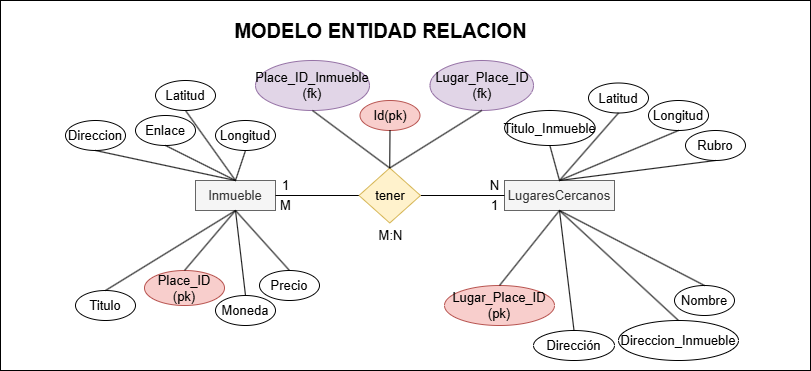
Above: ModeloRelacional/ModeloRelacional-ModeloEntidadRelacion.drawio.png in Vikktor93/webscraping-api-bd-project (draw.io), before the change. Source tidied: cells renumbered, new cells last; positions are measured from the earlier drawing's top-left corner, leaving out a move shared by most shapes.
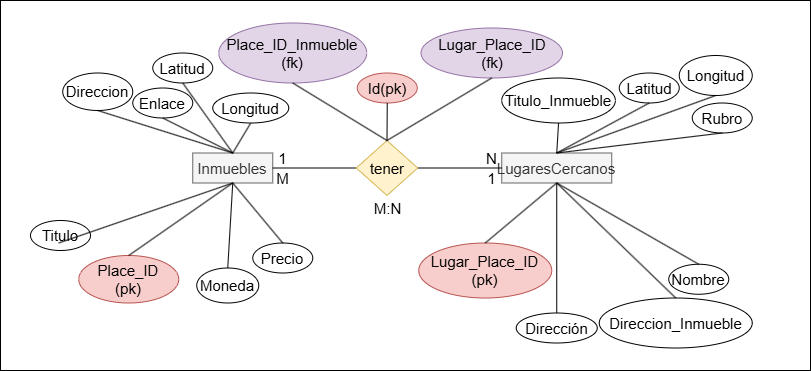
Above is the later version.

Diff of the diagram source:
```diff
@@ -5,158 +5,156 @@
     <mxCell id="2" style="rounded=0;whiteSpace=wrap;html=1;" parent="1" vertex="1">
       <mxGeometry width="810" height="370" as="geometry" />
     </mxCell>
-    <mxCell id="3" value="Inmueble" style="rounded=0;whiteSpace=wrap;html=1;fillColor=#f5f5f5;fontColor=#333333;strokeColor=#666666;fontSize=13;" parent="1" vertex="1">
-      <mxGeometry x="195" y="180" width="80" height="30" as="geometry" />
+    <mxCell id="3" value="Inmuebles" style="rounded=0;whiteSpace=wrap;html=1;fillColor=#f5f5f5;fontColor=#333333;strokeColor=#666666;fontSize=15;" parent="1" vertex="1">
+      <mxGeometry x="192.2" y="152.5" width="80" height="30" as="geometry" />
     </mxCell>
-    <mxCell id="4" value="LugaresCercanos" style="rounded=0;whiteSpace=wrap;html=1;fillColor=#f5f5f5;fontColor=#333333;strokeColor=#666666;fontSize=13;" parent="1" vertex="1">
-      <mxGeometry x="504" y="180" width="110" height="30" as="geometry" />
+    <mxCell id="4" value="LugaresCercanos" style="rounded=0;whiteSpace=wrap;html=1;fillColor=#f5f5f5;fontColor=#333333;strokeColor=#666666;fontSize=15;" parent="1" vertex="1">
+      <mxGeometry x="501.2" y="152.5" width="110" height="30" as="geometry" />
     </mxCell>
-    <mxCell id="5" style="endArrow=none;html=1;rounded=0;fontSize=13;entryX=1;entryY=0.5;entryDx=0;entryDy=0;exitX=0;exitY=0.5;exitDx=0;exitDy=0;" parent="1" edge="1" source="7" target="3">
+    <mxCell id="5" style="endArrow=none;html=1;rounded=0;fontSize=15;entryX=1;entryY=0.5;entryDx=0;entryDy=0;exitX=0;exitY=0.5;exitDx=0;exitDy=0;" parent="1" edge="1" source="7" target="3">
       <mxGeometry relative="1" as="geometry" />
     </mxCell>
-    <mxCell id="6" style="endArrow=none;html=1;rounded=0;fontSize=13;entryX=1;entryY=0.5;entryDx=0;entryDy=0;exitX=0;exitY=0.5;exitDx=0;exitDy=0;" parent="1" edge="1" source="4" target="7">
+    <mxCell id="6" style="endArrow=none;html=1;rounded=0;fontSize=15;entryX=1;entryY=0.5;entryDx=0;entryDy=0;exitX=0;exitY=0.5;exitDx=0;exitDy=0;" parent="1" edge="1" source="4" target="7">
       <mxGeometry relative="1" as="geometry" />
     </mxCell>
-    <mxCell id="7" value="&lt;font&gt;tener&lt;/font&gt;" style="rhombus;whiteSpace=wrap;html=1;fontSize=13;fillColor=#fff2cc;strokeColor=#d6b656;" parent="1" vertex="1">
-      <mxGeometry x="358.5" y="167.5" width="61.5" height="55" as="geometry" />
+    <mxCell id="7" value="&lt;font&gt;tener&lt;/font&gt;" style="rhombus;whiteSpace=wrap;html=1;fontSize=15;fillColor=#fff2cc;strokeColor=#d6b656;" parent="1" vertex="1">
+      <mxGeometry x="355.8" y="140" width="61.5" height="55" as="geometry" />
     </mxCell>
-    <mxCell id="8" value="&lt;font&gt;M:N&lt;/font&gt;" style="text;html=1;align=center;verticalAlign=middle;strokeColor=none;fillColor=none;fontSize=13;" parent="1" vertex="1">
-      <mxGeometry x="364.5" y="220" width="50" height="30" as="geometry" />
+    <mxCell id="8" value="&lt;font&gt;M:N&lt;/font&gt;" style="text;html=1;align=center;verticalAlign=middle;strokeColor=none;fillColor=none;fontSize=15;" parent="1" vertex="1">
+      <mxGeometry x="361.8" y="192.5" width="50" height="30" as="geometry" />
     </mxCell>
-    <mxCell id="9" value="&lt;font&gt;M&lt;/font&gt;" style="text;html=1;align=center;verticalAlign=middle;strokeColor=none;fillColor=none;fontSize=13;" parent="1" vertex="1">
-      <mxGeometry x="270" y="190" width="30" height="30" as="geometry" />
+    <mxCell id="9" value="&lt;font&gt;M&lt;/font&gt;" style="text;html=1;align=center;verticalAlign=middle;strokeColor=none;fillColor=none;fontSize=15;" parent="1" vertex="1">
+      <mxGeometry x="262.2" y="162.5" width="40" height="30" as="geometry" />
     </mxCell>
-    <mxCell id="10" value="&lt;font&gt;1&lt;/font&gt;" style="text;html=1;align=center;verticalAlign=middle;strokeColor=none;fillColor=none;fontSize=13;" parent="1" vertex="1">
-      <mxGeometry x="270" y="170" width="30" height="30" as="geometry" />
+    <mxCell id="10" value="&lt;font&gt;1&lt;/font&gt;" style="text;html=1;align=center;verticalAlign=middle;strokeColor=none;fillColor=none;fontSize=15;" parent="1" vertex="1">
+      <mxGeometry x="267.2" y="142.5" width="30" height="30" as="geometry" />
     </mxCell>
-    <mxCell id="11" value="&lt;font&gt;N&lt;/font&gt;" style="text;html=1;align=center;verticalAlign=middle;strokeColor=none;fillColor=none;fontSize=13;" parent="1" vertex="1">
-      <mxGeometry x="479" y="170" width="30" height="30" as="geometry" />
+    <mxCell id="11" value="&lt;font&gt;N&lt;/font&gt;" style="text;html=1;align=center;verticalAlign=middle;strokeColor=none;fillColor=none;fontSize=15;" parent="1" vertex="1">
+      <mxGeometry x="476.2" y="142.5" width="30" height="30" as="geometry" />
     </mxCell>
-    <mxCell id="12" value="&lt;font&gt;1&lt;/font&gt;" style="text;html=1;align=center;verticalAlign=middle;strokeColor=none;fillColor=none;fontSize=13;" parent="1" vertex="1">
-      <mxGeometry x="479" y="190" width="30" height="30" as="geometry" />
+    <mxCell id="12" value="&lt;font&gt;1&lt;/font&gt;" style="text;html=1;align=center;verticalAlign=middle;strokeColor=none;fillColor=none;fontSize=15;" parent="1" vertex="1">
+      <mxGeometry x="476.2" y="162.5" width="30" height="30" as="geometry" />
     </mxCell>
-    <mxCell id="13" value="Lugar_Place_ID&lt;div&gt;(pk)&lt;/div&gt;" style="ellipse;whiteSpace=wrap;html=1;fontSize=13;fillColor=#f8cecc;strokeColor=#b85450;" parent="1" vertex="1">
-      <mxGeometry x="444" y="285" width="110" height="40" as="geometry" />
+    <mxCell id="13" value="Lugar_Place_ID&lt;div&gt;(pk)&lt;/div&gt;" style="ellipse;whiteSpace=wrap;html=1;fontSize=15;fillColor=#f8cecc;strokeColor=#b85450;" parent="1" vertex="1">
+      <mxGeometry x="418.2" y="242.5" width="133" height="55" as="geometry" />
     </mxCell>
-    <mxCell id="14" style="endArrow=none;html=1;rounded=0;fontSize=13;entryX=0.5;entryY=1;entryDx=0;entryDy=0;exitX=0.5;exitY=0;exitDx=0;exitDy=0;" parent="1" edge="1" source="13" target="4">
+    <mxCell id="14" style="endArrow=none;html=1;rounded=0;fontSize=15;entryX=0.5;entryY=1;entryDx=0;entryDy=0;exitX=0.5;exitY=0;exitDx=0;exitDy=0;" parent="1" edge="1" source="13" target="4">
       <mxGeometry relative="1" as="geometry" />
     </mxCell>
-    <mxCell id="15" value="Titulo_Inmueble" style="ellipse;whiteSpace=wrap;html=1;fontSize=13;" parent="1" vertex="1">
-      <mxGeometry x="504.1" y="110" width="90.5" height="35" as="geometry" />
+    <mxCell id="15" value="Titulo_Inmueble" style="ellipse;whiteSpace=wrap;html=1;fontSize=15;" parent="1" vertex="1">
+      <mxGeometry x="501.2" y="77.5" width="113.6" height="45" as="geometry" />
     </mxCell>
-    <mxCell id="16" style="endArrow=none;html=1;rounded=0;fontSize=13;entryX=0.5;entryY=0;entryDx=0;entryDy=0;exitX=0.5;exitY=1;exitDx=0;exitDy=0;" parent="1" edge="1" source="15" target="4">
+    <mxCell id="16" style="endArrow=none;html=1;rounded=0;fontSize=15;entryX=0.5;entryY=0;entryDx=0;entryDy=0;exitX=0.5;exitY=1;exitDx=0;exitDy=0;" parent="1" edge="1" source="15" target="4">
       <mxGeometry relative="1" as="geometry" />
     </mxCell>
-    <mxCell id="17" value="Direccion_Inmueble" style="ellipse;whiteSpace=wrap;html=1;fontSize=13;" parent="1" vertex="1">
-      <mxGeometry x="618" y="320" width="120" height="40" as="geometry" />
+    <mxCell id="17" value="Direccion_Inmueble" style="ellipse;whiteSpace=wrap;html=1;fontSize=15;" parent="1" vertex="1">
+      <mxGeometry x="598.8" y="297.5" width="153" height="50" as="geometry" />
     </mxCell>
-    <mxCell id="18" style="endArrow=none;html=1;rounded=0;fontSize=13;entryX=0.5;entryY=1;entryDx=0;entryDy=0;exitX=0.5;exitY=0;exitDx=0;exitDy=0;" parent="1" edge="1" source="17" target="4">
+    <mxCell id="18" style="endArrow=none;html=1;rounded=0;fontSize=15;entryX=0.5;entryY=1;entryDx=0;entryDy=0;exitX=0.5;exitY=0;exitDx=0;exitDy=0;" parent="1" edge="1" source="17" target="4">
       <mxGeometry relative="1" as="geometry" />
     </mxCell>
-    <mxCell id="19" value="Titulo" style="ellipse;whiteSpace=wrap;html=1;fontSize=13;" parent="1" vertex="1">
-      <mxGeometry x="75" y="290" width="60" height="30" as="geometry" />
+    <mxCell id="19" value="Titulo" style="ellipse;whiteSpace=wrap;html=1;fontSize=15;" parent="1" vertex="1">
+      <mxGeometry x="30" y="220" width="60" height="30" as="geometry" />
     </mxCell>
-    <mxCell id="20" style="endArrow=none;html=1;rounded=0;fontSize=13;entryX=0.5;entryY=1;entryDx=0;entryDy=0;exitX=0.5;exitY=0;exitDx=0;exitDy=0;" parent="1" edge="1" source="19">
+    <mxCell id="20" style="endArrow=none;html=1;rounded=0;fontSize=15;entryX=0.5;entryY=1;entryDx=0;entryDy=0;exitX=0.5;exitY=0;exitDx=0;exitDy=0;" parent="1" edge="1">
       <mxGeometry relative="1" as="geometry">
-        <mxPoint x="235" y="210" as="targetPoint" />
+        <mxPoint x="58.2" y="242.5" as="sourcePoint" />
+        <mxPoint x="232.2" y="182.5" as="targetPoint" />
       </mxGeometry>
     </mxCell>
-    <mxCell id="21" value="Place_ID&lt;div&gt;(pk)&lt;/div&gt;" style="ellipse;whiteSpace=wrap;html=1;fontSize=13;fillColor=#f8cecc;strokeColor=#b85450;" parent="1" vertex="1">
-      <mxGeometry x="144" y="270" width="80" height="35" as="geometry" />
+    <mxCell id="21" value="Place_ID&lt;div&gt;(pk)&lt;/div&gt;" style="ellipse;whiteSpace=wrap;html=1;fontSize=15;fillColor=#f8cecc;strokeColor=#b85450;" parent="1" vertex="1">
+      <mxGeometry x="78.2" y="255" width="100" height="47.5" as="geometry" />
     </mxCell>
-    <mxCell id="22" style="endArrow=none;html=1;rounded=0;fontSize=13;exitX=0.5;exitY=0;exitDx=0;exitDy=0;" parent="1" edge="1" source="21">
+    <mxCell id="22" style="endArrow=none;html=1;rounded=0;fontSize=15;exitX=0.5;exitY=0;exitDx=0;exitDy=0;" parent="1" edge="1" source="21">
       <mxGeometry relative="1" as="geometry">
-        <mxPoint x="235" y="210" as="targetPoint" />
+        <mxPoint x="232.2" y="182.5" as="targetPoint" />
       </mxGeometry>
     </mxCell>
-    <mxCell id="23" value="Moneda" style="ellipse;whiteSpace=wrap;html=1;fontSize=13;" parent="1" vertex="1">
-      <mxGeometry x="215" y="295" width="60" height="30" as="geometry" />
+    <mxCell id="23" value="Moneda" style="ellipse;whiteSpace=wrap;html=1;fontSize=15;" parent="1" vertex="1">
+      <mxGeometry x="196.2" y="267.5" width="62" height="35" as="geometry" />
     </mxCell>
-    <mxCell id="24" style="endArrow=none;html=1;rounded=0;fontSize=13;entryX=0.5;entryY=1;entryDx=0;entryDy=0;exitX=0.5;exitY=0;exitDx=0;exitDy=0;" parent="1" edge="1" source="3" target="41">
+    <mxCell id="24" style="endArrow=none;html=1;rounded=0;fontSize=15;entryX=0.5;entryY=1;entryDx=0;entryDy=0;exitX=0.5;exitY=0;exitDx=0;exitDy=0;" parent="1" edge="1" source="3" target="41">
       <mxGeometry relative="1" as="geometry" />
     </mxCell>
-    <mxCell id="25" value="&lt;b&gt;&lt;font style=&quot;font-size: 20px;&quot;&gt;MODELO ENTIDAD RELACION&lt;/font&gt;&lt;/b&gt;" style="text;html=1;align=center;verticalAlign=middle;strokeColor=none;fillColor=none;fontSize=13;" parent="1" vertex="1">
-      <mxGeometry x="219.5" y="10" width="320" height="40" as="geometry" />
-    </mxCell>
-    <mxCell id="26" value="&lt;div&gt;Latitud&lt;/div&gt;" style="ellipse;whiteSpace=wrap;html=1;fontSize=13;" parent="1" vertex="1">
-      <mxGeometry x="588" y="82.5" width="60" height="30" as="geometry" />
+    <mxCell id="26" value="&lt;div&gt;Latitud&lt;/div&gt;" style="ellipse;whiteSpace=wrap;html=1;fontSize=15;" parent="1" vertex="1">
+      <mxGeometry x="618.8" y="72.5" width="60" height="30" as="geometry" />
     </mxCell>
-    <mxCell id="27" value="&lt;div&gt;Longitud&lt;/div&gt;" style="ellipse;whiteSpace=wrap;html=1;fontSize=13;" parent="1" vertex="1">
-      <mxGeometry x="648" y="100" width="60" height="30" as="geometry" />
+    <mxCell id="27" value="&lt;div&gt;Longitud&lt;/div&gt;" style="ellipse;whiteSpace=wrap;html=1;fontSize=15;" parent="1" vertex="1">
+      <mxGeometry x="678.8" y="55" width="73" height="40" as="geometry" />
     </mxCell>
-    <mxCell id="28" value="&lt;div&gt;Rubro&lt;/div&gt;" style="ellipse;whiteSpace=wrap;html=1;fontSize=13;" parent="1" vertex="1">
-      <mxGeometry x="685" y="130" width="60" height="30" as="geometry" />
+    <mxCell id="28" value="&lt;div&gt;Rubro&lt;/div&gt;" style="ellipse;whiteSpace=wrap;html=1;fontSize=15;" parent="1" vertex="1">
+      <mxGeometry x="691.8" y="102.5" width="60" height="30" as="geometry" />
     </mxCell>
-    <mxCell id="29" value="&lt;div&gt;Nombre&lt;/div&gt;" style="ellipse;whiteSpace=wrap;html=1;fontSize=13;" parent="1" vertex="1">
-      <mxGeometry x="674" y="285" width="60" height="30" as="geometry" />
+    <mxCell id="29" value="&lt;div&gt;Nombre&lt;/div&gt;" style="ellipse;whiteSpace=wrap;html=1;fontSize=15;" parent="1" vertex="1">
+      <mxGeometry x="668.2" y="263.8" width="60" height="30" as="geometry" />
     </mxCell>
-    <mxCell id="30" value="&lt;div&gt;Dirección&lt;/div&gt;" style="ellipse;whiteSpace=wrap;html=1;fontSize=13;" parent="1" vertex="1">
-      <mxGeometry x="533" y="330" width="81" height="30" as="geometry" />
+    <mxCell id="30" value="&lt;div&gt;Dirección&lt;/div&gt;" style="ellipse;whiteSpace=wrap;html=1;fontSize=15;" parent="1" vertex="1">
+      <mxGeometry x="515.8" y="312.5" width="81" height="30" as="geometry" />
     </mxCell>
-    <mxCell id="31" style="endArrow=none;html=1;rounded=0;fontSize=13;entryX=0.5;entryY=0;entryDx=0;entryDy=0;exitX=0.5;exitY=1;exitDx=0;exitDy=0;" parent="1" edge="1" source="26" target="4">
+    <mxCell id="31" style="endArrow=none;html=1;rounded=0;fontSize=15;entryX=0.5;entryY=0;entryDx=0;entryDy=0;exitX=0.5;exitY=1;exitDx=0;exitDy=0;" parent="1" edge="1" source="26" target="4">
       <mxGeometry relative="1" as="geometry" />
     </mxCell>
-    <mxCell id="32" style="endArrow=none;html=1;rounded=0;fontSize=13;entryX=0.5;entryY=0;entryDx=0;entryDy=0;exitX=0.5;exitY=1;exitDx=0;exitDy=0;" parent="1" edge="1" source="27" target="4">
+    <mxCell id="32" style="endArrow=none;html=1;rounded=0;fontSize=15;entryX=0.5;entryY=0;entryDx=0;entryDy=0;exitX=0.5;exitY=1;exitDx=0;exitDy=0;" parent="1" edge="1" source="27" target="4">
       <mxGeometry relative="1" as="geometry" />
     </mxCell>
-    <mxCell id="33" style="endArrow=none;html=1;rounded=0;fontSize=13;entryX=0.5;entryY=0;entryDx=0;entryDy=0;exitX=0.5;exitY=1;exitDx=0;exitDy=0;" parent="1" edge="1" source="28" target="4">
+    <mxCell id="33" style="endArrow=none;html=1;rounded=0;fontSize=15;entryX=0.5;entryY=0;entryDx=0;entryDy=0;exitX=0.5;exitY=1;exitDx=0;exitDy=0;" parent="1" edge="1" source="28" target="4">
       <mxGeometry relative="1" as="geometry" />
     </mxCell>
-    <mxCell id="34" style="endArrow=none;html=1;rounded=0;fontSize=13;entryX=0.5;entryY=1;entryDx=0;entryDy=0;exitX=0.5;exitY=0;exitDx=0;exitDy=0;" parent="1" edge="1" source="29" target="4">
+    <mxCell id="34" style="endArrow=none;html=1;rounded=0;fontSize=15;entryX=0.5;entryY=1;entryDx=0;entryDy=0;exitX=0.5;exitY=0;exitDx=0;exitDy=0;" parent="1" edge="1" source="29" target="4">
       <mxGeometry relative="1" as="geometry" />
     </mxCell>
-    <mxCell id="35" style="endArrow=none;html=1;rounded=0;fontSize=13;entryX=0.5;entryY=1;entryDx=0;entryDy=0;exitX=0.5;exitY=0;exitDx=0;exitDy=0;" parent="1" edge="1" source="30" target="4">
+    <mxCell id="35" style="endArrow=none;html=1;rounded=0;fontSize=15;entryX=0.5;entryY=1;entryDx=0;entryDy=0;exitX=0.5;exitY=0;exitDx=0;exitDy=0;" parent="1" edge="1" source="30" target="4">
       <mxGeometry relative="1" as="geometry" />
     </mxCell>
-    <mxCell id="36" style="endArrow=none;html=1;rounded=0;fontSize=13;exitX=0.5;exitY=0;exitDx=0;exitDy=0;entryX=0.5;entryY=1;entryDx=0;entryDy=0;" parent="1" edge="1" source="23" target="3">
+    <mxCell id="36" style="endArrow=none;html=1;rounded=0;fontSize=15;exitX=0.5;exitY=0;exitDx=0;exitDy=0;entryX=0.5;entryY=1;entryDx=0;entryDy=0;" parent="1" edge="1" source="23" target="3">
       <mxGeometry relative="1" as="geometry" />
     </mxCell>
-    <mxCell id="37" value="Precio" style="ellipse;whiteSpace=wrap;html=1;fontSize=13;" parent="1" vertex="1">
-      <mxGeometry x="259" y="270" width="60" height="30" as="geometry" />
+    <mxCell id="37" value="Precio" style="ellipse;whiteSpace=wrap;html=1;fontSize=15;" parent="1" vertex="1">
+      <mxGeometry x="252.2" y="242.5" width="60" height="30" as="geometry" />
     </mxCell>
-    <mxCell id="38" value="Direccion" style="ellipse;whiteSpace=wrap;html=1;fontSize=13;" parent="1" vertex="1">
-      <mxGeometry x="65" y="120" width="60" height="30" as="geometry" />
+    <mxCell id="38" value="Direccion" style="ellipse;whiteSpace=wrap;html=1;fontSize=15;" parent="1" vertex="1">
+      <mxGeometry x="62.2" y="72.5" width="70" height="37.5" as="geometry" />
     </mxCell>
-    <mxCell id="39" value="Enlace" style="ellipse;whiteSpace=wrap;html=1;fontSize=13;" parent="1" vertex="1">
-      <mxGeometry x="135" y="115" width="60" height="30" as="geometry" />
+    <mxCell id="39" value="Enlace" style="ellipse;whiteSpace=wrap;html=1;fontSize=15;" parent="1" vertex="1">
+      <mxGeometry x="132.2" y="87.5" width="60" height="30" as="geometry" />
     </mxCell>
-    <mxCell id="40" value="&lt;div&gt;Latitud&lt;/div&gt;" style="ellipse;whiteSpace=wrap;html=1;fontSize=13;" parent="1" vertex="1">
-      <mxGeometry x="155" y="80" width="60" height="30" as="geometry" />
+    <mxCell id="40" value="&lt;div&gt;Latitud&lt;/div&gt;" style="ellipse;whiteSpace=wrap;html=1;fontSize=15;" parent="1" vertex="1">
+      <mxGeometry x="152.2" y="52.5" width="60" height="30" as="geometry" />
     </mxCell>
-    <mxCell id="41" value="&lt;div&gt;Longitud&lt;/div&gt;" style="ellipse;whiteSpace=wrap;html=1;fontSize=13;" parent="1" vertex="1">
-      <mxGeometry x="215" y="120" width="60" height="30" as="geometry" />
+    <mxCell id="41" value="&lt;div&gt;Longitud&lt;/div&gt;" style="ellipse;whiteSpace=wrap;html=1;fontSize=15;" parent="1" vertex="1">
+      <mxGeometry x="212.2" y="92.5" width="76" height="30" as="geometry" />
     </mxCell>
-    <mxCell id="42" style="endArrow=none;html=1;rounded=0;fontSize=13;entryX=0.5;entryY=0;entryDx=0;entryDy=0;exitX=0.5;exitY=1;exitDx=0;exitDy=0;" parent="1" edge="1" source="3" target="37">
+    <mxCell id="42" style="endArrow=none;html=1;rounded=0;fontSize=15;entryX=0.5;entryY=0;entryDx=0;entryDy=0;exitX=0.5;exitY=1;exitDx=0;exitDy=0;" parent="1" edge="1" source="3" target="37">
       <mxGeometry relative="1" as="geometry" />
     </mxCell>
-    <mxCell id="43" style="endArrow=none;html=1;rounded=0;fontSize=13;entryX=0.5;entryY=1;entryDx=0;entryDy=0;exitX=0.5;exitY=0;exitDx=0;exitDy=0;" parent="1" edge="1" source="3" target="40">
+    <mxCell id="43" style="endArrow=none;html=1;rounded=0;fontSize=15;entryX=0.5;entryY=1;entryDx=0;entryDy=0;exitX=0.5;exitY=0;exitDx=0;exitDy=0;" parent="1" edge="1" source="3" target="40">
       <mxGeometry relative="1" as="geometry" />
     </mxCell>
-    <mxCell id="44" style="endArrow=none;html=1;rounded=0;fontSize=13;entryX=0.5;entryY=1;entryDx=0;entryDy=0;exitX=0.5;exitY=0;exitDx=0;exitDy=0;" parent="1" edge="1" source="3" target="39">
+    <mxCell id="44" style="endArrow=none;html=1;rounded=0;fontSize=15;entryX=0.5;entryY=1;entryDx=0;entryDy=0;exitX=0.5;exitY=0;exitDx=0;exitDy=0;" parent="1" edge="1" source="3" target="39">
       <mxGeometry relative="1" as="geometry" />
     </mxCell>
-    <mxCell id="45" style="endArrow=none;html=1;rounded=0;fontSize=13;entryX=0.5;entryY=1;entryDx=0;entryDy=0;exitX=0.5;exitY=0;exitDx=0;exitDy=0;" parent="1" edge="1" source="3" target="38">
+    <mxCell id="45" style="endArrow=none;html=1;rounded=0;fontSize=15;entryX=0.5;entryY=1;entryDx=0;entryDy=0;exitX=0.5;exitY=0;exitDx=0;exitDy=0;" parent="1" edge="1" source="3" target="38">
       <mxGeometry relative="1" as="geometry" />
     </mxCell>
-    <mxCell id="46" style="edgeStyle=orthogonalEdgeStyle;rounded=0;orthogonalLoop=1;jettySize=auto;html=1;exitX=0.5;exitY=1;exitDx=0;exitDy=0;fontSize=13;" parent="1" edge="1" source="29" target="29">
+    <mxCell id="46" style="edgeStyle=orthogonalEdgeStyle;rounded=0;orthogonalLoop=1;jettySize=auto;html=1;exitX=0.5;exitY=1;exitDx=0;exitDy=0;fontSize=15;" parent="1" edge="1" source="29" target="29">
       <mxGeometry relative="1" as="geometry" />
     </mxCell>
-    <mxCell id="47" value="Lugar_Place_ID&lt;div&gt;(fk)&lt;/div&gt;" style="ellipse;whiteSpace=wrap;html=1;fontSize=13;fillColor=#e1d5e7;strokeColor=#9673a6;" parent="1" vertex="1">
-      <mxGeometry x="429.5" y="60" width="103.5" height="50" as="geometry" />
+    <mxCell id="47" value="Lugar_Place_ID&lt;div&gt;(fk)&lt;/div&gt;" style="ellipse;whiteSpace=wrap;html=1;fontSize=15;fillColor=#e1d5e7;strokeColor=#9673a6;" parent="1" vertex="1">
+      <mxGeometry x="420.5" y="27.5" width="141.5" height="50" as="geometry" />
     </mxCell>
-    <mxCell id="48" style="endArrow=none;html=1;rounded=0;fontSize=13;exitX=0.5;exitY=0;exitDx=0;exitDy=0;entryX=0.5;entryY=1;entryDx=0;entryDy=0;" parent="1" edge="1" source="7" target="47">
+    <mxCell id="48" style="endArrow=none;html=1;rounded=0;fontSize=15;exitX=0.5;exitY=0;exitDx=0;exitDy=0;entryX=0.5;entryY=1;entryDx=0;entryDy=0;" parent="1" edge="1" source="7" target="47">
       <mxGeometry relative="1" as="geometry" />
     </mxCell>
-    <mxCell id="49" value="Place_ID_Inmueble&lt;div&gt;(fk)&lt;/div&gt;" style="ellipse;whiteSpace=wrap;html=1;fontSize=13;fillColor=#e1d5e7;strokeColor=#9673a6;" parent="1" vertex="1">
-      <mxGeometry x="255" y="60" width="114" height="50" as="geometry" />
+    <mxCell id="49" value="Place_ID_Inmueble&lt;div&gt;(fk)&lt;/div&gt;" style="ellipse;whiteSpace=wrap;html=1;fontSize=15;fillColor=#e1d5e7;strokeColor=#9673a6;" parent="1" vertex="1">
+      <mxGeometry x="218.2" y="22.5" width="148" height="60" as="geometry" />
     </mxCell>
-    <mxCell id="50" style="endArrow=none;html=1;rounded=0;fontSize=13;entryX=0.5;entryY=1;entryDx=0;entryDy=0;exitX=0.5;exitY=0;exitDx=0;exitDy=0;" parent="1" edge="1" source="7" target="49">
+    <mxCell id="50" style="endArrow=none;html=1;rounded=0;fontSize=15;entryX=0.5;entryY=1;entryDx=0;entryDy=0;exitX=0.5;exitY=0;exitDx=0;exitDy=0;" parent="1" edge="1" source="7" target="49">
       <mxGeometry relative="1" as="geometry" />
     </mxCell>
-    <mxCell id="51" value="Id(pk)" style="ellipse;whiteSpace=wrap;html=1;fontSize=13;fillColor=#f8cecc;strokeColor=#b85450;" parent="1" vertex="1">
-      <mxGeometry x="359.5" y="100" width="60" height="30" as="geometry" />
+    <mxCell id="51" value="Id(pk)" style="ellipse;whiteSpace=wrap;html=1;fontSize=15;fillColor=#f8cecc;strokeColor=#b85450;" parent="1" vertex="1">
+      <mxGeometry x="356.8" y="72.5" width="60" height="30" as="geometry" />
     </mxCell>
-    <mxCell id="52" style="endArrow=none;html=1;rounded=0;fontSize=13;exitX=0.5;exitY=0;exitDx=0;exitDy=0;entryX=0.5;entryY=1;entryDx=0;entryDy=0;" parent="1" edge="1" source="7" target="51">
+    <mxCell id="52" style="endArrow=none;html=1;rounded=0;fontSize=15;exitX=0.5;exitY=0;exitDx=0;exitDy=0;entryX=0.5;entryY=1;entryDx=0;entryDy=0;" parent="1" edge="1" source="7" target="51">
       <mxGeometry relative="1" as="geometry" />
     </mxCell>
   </root>
```
